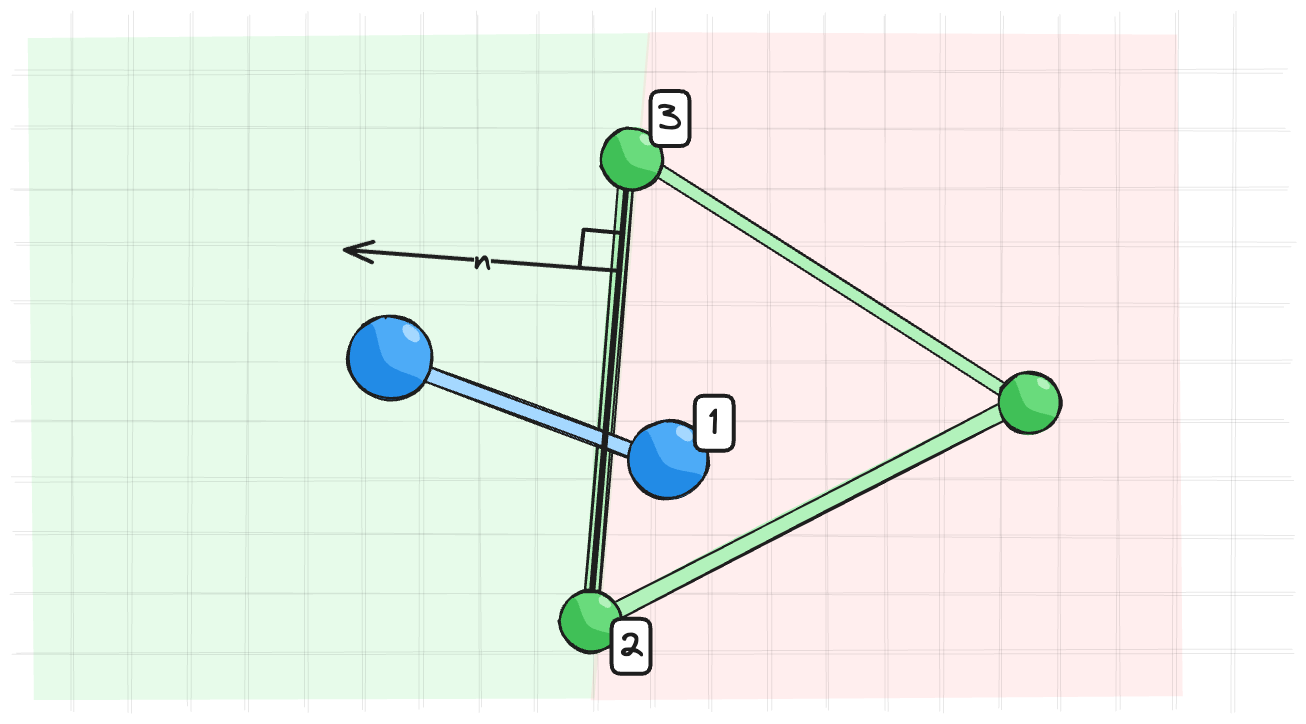
Earlier version of the Excalidraw export assets/images/constraints/pbd/collision_dynamic.excalidraw.png (kozakromch/game_physics_2). Source tidied: one line per element, renumbered; positions are measured from the earlier drawing's top-left corner, leaving out a move shared by most shapes.
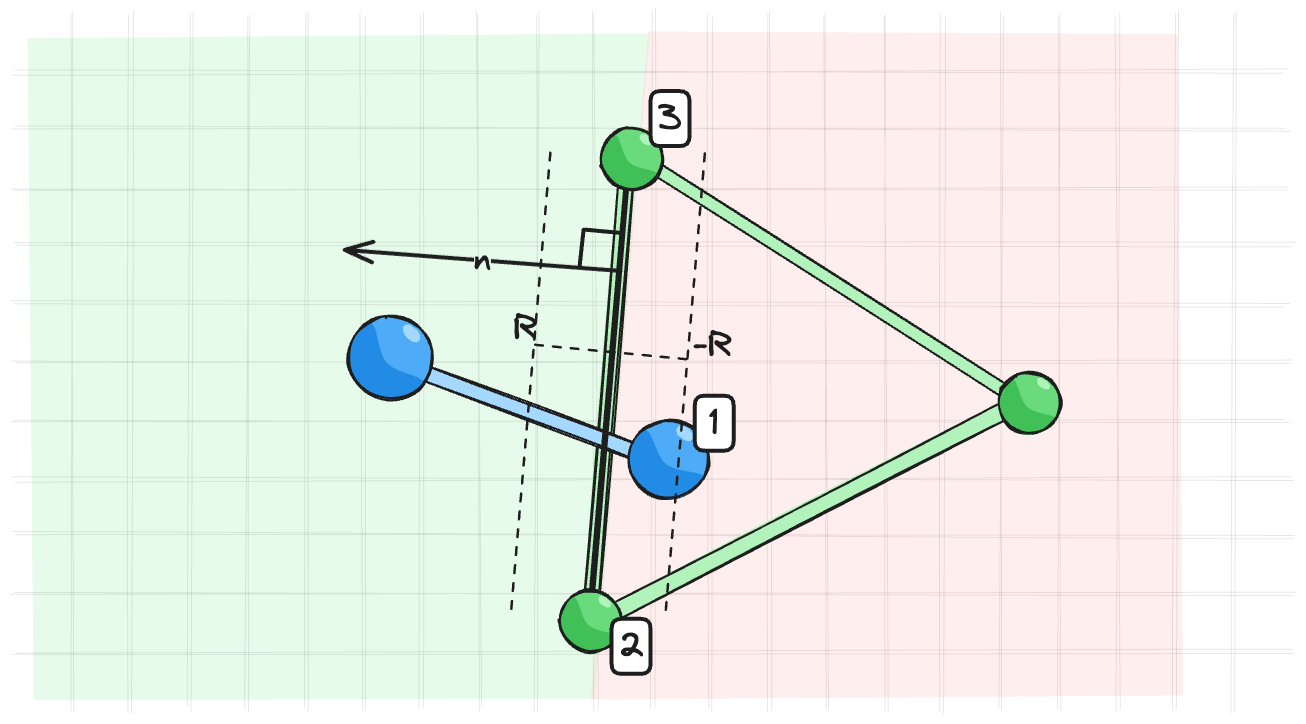
After the commit.

Diff of the diagram source:
```diff
@@ -1,5 +1,5 @@
 {"id": 0, "type": "line", "strokeColor": "transparent", "backgroundColor": "#b2f2bb", "fillStyle": "solid", "strokeWidth": 4, "roughness": 0, "opacity": 30, "x": 926, "y": 1, "width": 622, "height": 667, "points": [[0, 0], [-56, 665], [-616, 667], [-622, 5], [0, 0]]}
-{"id": 1, "type": "line", "strokeColor": "transparent", "backgroundColor": "#ffc9c9", "fillStyle": "solid", "strokeWidth": 4, "roughness": 0, "opacity": 30, "x": 867, "y": 668, "width": 592, "height": 668, "points": [[0, 0], [57, -668], [587, -666], [592, -4], [0, 0]]}
+{"id": 1, "type": "line", "strokeColor": "transparent", "backgroundColor": "#ffc9c9", "fillStyle": "solid", "strokeWidth": 4, "roughness": 0, "opacity": 30, "x": 867, "y": 667, "width": 592, "height": 668, "points": [[0, 0], [57, -668], [587, -666], [592, -4], [0, 0]]}
 {"id": 2, "type": "line", "strokeColor": "#1e1e1e", "strokeWidth": 1, "roughness": 2, "opacity": 10, "round": true, "x": 290, "y": 40, "width": 1272, "height": 0, "points": [[0, 0], [1272, 0]]}
 {"id": 3, "type": "line", "strokeColor": "#1e1e1e", "strokeWidth": 1, "roughness": 2, "opacity": 10, "round": true, "x": 290, "y": 388, "width": 1272, "height": 0, "points": [[0, 0], [1272, 0]]}
 {"id": 4, "type": "line", "strokeColor": "#1e1e1e", "strokeWidth": 1, "roughness": 2, "opacity": 10, "round": true, "x": 290, "y": 98, "width": 1275, "height": 0, "points": [[0, 0], [1275, 0]]}
@@ -34,25 +34,25 @@
 {"id": 33, "type": "line", "strokeColor": "#1e1e1e", "angle": 1.57, "strokeWidth": 1, "roughness": 2, "opacity": 10, "round": true, "x": 987, "y": 330, "width": 696, "height": 0, "points": [[0, 0], [696, 0]]}
 {"id": 34, "type": "rectangle", "strokeColor": "#1e1e1e", "angle": 0.08, "backgroundColor": "#b2f2bb", "fillStyle": "solid", "strokeWidth": 2, "roughness": 1, "round": true, "x": 877, "y": 124, "width": 15, "height": 476}
 {"id": 35, "type": "rectangle", "strokeColor": "#1e1e1e", "angle": 5.07, "backgroundColor": "#a5d8ff", "fillStyle": "solid", "strokeWidth": 2, "roughness": 1, "round": true, "x": 805, "y": 251, "width": 15, "height": 264}
-{"id": 36, "type": "ellipse", "strokeColor": "#1e1e1e", "angle": 4.78, "backgroundColor": "#4dabf7", "fillStyle": "solid", "strokeWidth": 2, "roughness": 1, "x": 905, "y": 388, "width": 79, "height": 79}
+{"id": 36, "type": "ellipse", "strokeColor": "#1e1e1e", "angle": 4.78, "backgroundColor": "#4dabf7", "fillStyle": "solid", "strokeWidth": 2, "roughness": 1, "x": 906, "y": 387, "width": 79, "height": 79}
 {"id": 37, "type": "line", "strokeColor": "transparent", "angle": 6.75, "backgroundColor": "#228be6", "fillStyle": "solid", "strokeWidth": 1, "roughness": 0, "round": true, "x": 935, "y": 464, "width": 78, "height": 54, "points": [[0, 0], [-13, -4], [-23, -11], [-31, -23], [-34, -40], [-26, -54], [4, -33], [39, -39], [44, -34], [39, -20], [32, -9], [18, -2], [0, 0]]}
 {"id": 38, "type": "ellipse", "strokeColor": "#a5d8ff", "angle": 6.92, "backgroundColor": "#a5d8ff", "fillStyle": "solid", "strokeWidth": 1, "roughness": 1, "round": true, "x": 952, "y": 396, "width": 18, "height": 10}
-{"id": 39, "type": "ellipse", "strokeColor": "#1e1e1e", "angle": 6.22, "strokeWidth": 2, "roughness": 1, "round": true, "x": 905, "y": 388, "width": 79, "height": 77}
+{"id": 39, "type": "ellipse", "strokeColor": "#1e1e1e", "angle": 6.22, "strokeWidth": 2, "roughness": 1, "round": true, "x": 906, "y": 388, "width": 79, "height": 77}
 {"id": 40, "type": "rectangle", "strokeColor": "#1e1e1e", "angle": 1.09, "backgroundColor": "#b2f2bb", "fillStyle": "solid", "strokeWidth": 2, "roughness": 1, "round": true, "x": 1074, "y": 242, "width": 18, "height": 476}
 {"id": 41, "type": "line", "strokeColor": "#1e1e1e", "backgroundColor": "#b2f2bb", "fillStyle": "solid", "strokeWidth": 4, "roughness": 1, "round": true, "x": 905, "y": 125, "width": 39, "height": 465, "points": [[0, 0], [-39, 465]]}
-{"id": 42, "type": "ellipse", "strokeColor": "#1e1e1e", "angle": 4.95, "backgroundColor": "#4dabf7", "fillStyle": "solid", "strokeWidth": 2, "roughness": 1, "x": 624, "y": 284, "width": 84, "height": 84}
+{"id": 42, "type": "ellipse", "strokeColor": "#1e1e1e", "angle": 4.95, "backgroundColor": "#4dabf7", "fillStyle": "solid", "strokeWidth": 2, "roughness": 1, "x": 625, "y": 284, "width": 84, "height": 84}
 {"id": 43, "type": "line", "strokeColor": "transparent", "angle": 6.91, "backgroundColor": "#228be6", "fillStyle": "solid", "strokeWidth": 1, "roughness": 0, "round": true, "x": 654, "y": 364, "width": 82, "height": 57, "points": [[0, 0], [-14, -4], [-24, -12], [-33, -25], [-36, -42], [-28, -57], [5, -34], [41, -41], [47, -36], [42, -21], [34, -10], [19, -2], [0, 0]]}
 {"id": 44, "type": "ellipse", "strokeColor": "#a5d8ff", "angle": 7.09, "backgroundColor": "#a5d8ff", "fillStyle": "solid", "strokeWidth": 1, "roughness": 1, "round": true, "x": 678, "y": 296, "width": 19, "height": 11}
-{"id": 45, "type": "ellipse", "strokeColor": "#1e1e1e", "angle": 6.39, "strokeWidth": 2, "roughness": 1, "round": true, "x": 624, "y": 284, "width": 84, "height": 82}
+{"id": 45, "type": "ellipse", "strokeColor": "#1e1e1e", "angle": 6.39, "strokeWidth": 2, "roughness": 1, "round": true, "x": 625, "y": 284, "width": 84, "height": 82}
 {"id": 46, "type": "ellipse", "strokeColor": "#1e1e1e", "angle": 4.84, "backgroundColor": "#69db7c", "fillStyle": "solid", "strokeWidth": 2, "roughness": 1, "x": 836, "y": 558, "width": 62, "height": 62}
-{"id": 47, "type": "line", "strokeColor": "transparent", "angle": 0.53, "backgroundColor": "#40c057", "fillStyle": "solid", "strokeWidth": 1, "roughness": 0, "round": true, "x": 859, "y": 619, "width": 61, "height": 42, "points": [[0, 0], [-10, -3], [-18, -9], [-24, -18], [-26, -31], [-21, -42], [3, -26], [31, -30], [35, -27], [31, -15], [25, -7], [14, -1], [0, 0]]}
+{"id": 47, "type": "line", "strokeColor": "transparent", "angle": 0.53, "backgroundColor": "#40c057", "fillStyle": "solid", "strokeWidth": 1, "roughness": 0, "round": true, "x": 859, "y": 618, "width": 61, "height": 42, "points": [[0, 0], [-10, -3], [-18, -9], [-24, -18], [-26, -31], [-21, -42], [3, -26], [31, -30], [35, -27], [31, -15], [25, -7], [14, -1], [0, 0]]}
 {"id": 48, "type": "ellipse", "strokeColor": "transparent", "angle": 0.7, "backgroundColor": "#b2f2bb", "fillStyle": "solid", "strokeWidth": 1, "roughness": 1, "round": true, "x": 874, "y": 566, "width": 14, "height": 8}
 {"id": 49, "type": "ellipse", "strokeColor": "#1e1e1e", "strokeWidth": 2, "roughness": 1, "round": true, "x": 836, "y": 559, "width": 62, "height": 61}
 {"id": 50, "type": "rectangle", "strokeColor": "#1e1e1e", "angle": 5.28, "backgroundColor": "#b2f2bb", "fillStyle": "solid", "strokeWidth": 2, "roughness": 1, "round": true, "x": 1104, "y": 13, "width": 13, "height": 476}
-{"id": 51, "type": "ellipse", "strokeColor": "#1e1e1e", "angle": 4.84, "backgroundColor": "#69db7c", "fillStyle": "solid", "strokeWidth": 2, "roughness": 1, "x": 877, "y": 96, "width": 62, "height": 62}
+{"id": 51, "type": "ellipse", "strokeColor": "#1e1e1e", "angle": 4.84, "backgroundColor": "#69db7c", "fillStyle": "solid", "strokeWidth": 2, "roughness": 1, "x": 877, "y": 95, "width": 62, "height": 62}
 {"id": 52, "type": "line", "strokeColor": "transparent", "angle": 0.53, "backgroundColor": "#40c057", "fillStyle": "solid", "strokeWidth": 1, "roughness": 0, "round": true, "x": 900, "y": 156, "width": 61, "height": 42, "points": [[0, 0], [-10, -3], [-18, -9], [-24, -18], [-26, -31], [-21, -42], [3, -26], [31, -30], [35, -27], [31, -15], [25, -7], [14, -1], [0, 0]]}
 {"id": 53, "type": "ellipse", "strokeColor": "transparent", "angle": 0.7, "backgroundColor": "#b2f2bb", "fillStyle": "solid", "strokeWidth": 1, "roughness": 1, "round": true, "x": 915, "y": 103, "width": 14, "height": 8}
-{"id": 54, "type": "ellipse", "strokeColor": "#1e1e1e", "strokeWidth": 2, "roughness": 1, "round": true, "x": 877, "y": 97, "width": 62, "height": 61}
+{"id": 54, "type": "ellipse", "strokeColor": "#1e1e1e", "strokeWidth": 2, "roughness": 1, "round": true, "x": 877, "y": 96, "width": 62, "height": 61}
 {"id": 55, "type": "ellipse", "strokeColor": "#1e1e1e", "angle": 4.84, "backgroundColor": "#69db7c", "fillStyle": "solid", "strokeWidth": 2, "roughness": 1, "x": 1275, "y": 340, "width": 62, "height": 62}
 {"id": 56, "type": "line", "strokeColor": "transparent", "angle": 0.53, "backgroundColor": "#40c057", "fillStyle": "solid", "strokeWidth": 1, "roughness": 0, "round": true, "x": 1297, "y": 400, "width": 61, "height": 42, "points": [[0, 0], [-10, -3], [-18, -9], [-24, -18], [-26, -31], [-21, -42], [3, -26], [31, -30], [35, -27], [31, -15], [25, -7], [14, -1], [0, 0]]}
 {"id": 57, "type": "ellipse", "strokeColor": "transparent", "angle": 0.7, "backgroundColor": "#b2f2bb", "fillStyle": "solid", "strokeWidth": 1, "roughness": 1, "round": true, "x": 1312, "y": 347, "width": 14, "height": 8}
@@ -67,3 +67,8 @@
 {"id": 66, "type": "text", "text": "2", "strokeColor": "#1e1e1e", "backgroundColor": "#ffffff", "fillStyle": "solid", "strokeWidth": 4, "roughness": 0, "fontSize": 36, "fontFamily": 1, "textAlign": "center", "verticalAlign": "middle", "inside": 65, "x": 895, "y": 592, "width": 26, "height": 45}
 {"id": 67, "type": "rectangle", "strokeColor": "#1e1e1e", "backgroundColor": "#ffffff", "fillStyle": "solid", "strokeWidth": 4, "roughness": 0, "round": true, "x": 927, "y": 59, "width": 39, "height": 55}
 {"id": 68, "type": "text", "text": "3", "strokeColor": "#1e1e1e", "backgroundColor": "#ffffff", "fillStyle": "solid", "strokeWidth": 4, "roughness": 0, "fontSize": 36, "fontFamily": 1, "textAlign": "center", "verticalAlign": "middle", "inside": 67, "x": 934, "y": 64, "width": 25, "height": 45}
+{"id": 69, "type": "line", "strokeColor": "#1e1e1e", "strokeWidth": 2, "strokeStyle": "dashed", "roughness": 1, "round": true, "x": 811, "y": 312, "width": 153, "height": 16, "points": [[0, 0], [153, 16]]}
+{"id": 70, "type": "text", "text": "-R", "strokeColor": "#1e1e1e", "strokeWidth": 2, "strokeStyle": "dashed", "roughness": 1, "fontSize": 36, "fontFamily": 1, "x": 969, "y": 292, "width": 39, "height": 45}
+{"id": 71, "type": "text", "text": "R", "strokeColor": "#1e1e1e", "strokeWidth": 2, "strokeStyle": "dashed", "roughness": 1, "fontSize": 36, "fontFamily": 1, "x": 790, "y": 275, "width": 24, "height": 45}
+{"id": 72, "type": "line", "strokeColor": "#1e1e1e", "backgroundColor": "#b2f2bb", "fillStyle": "solid", "strokeWidth": 2, "strokeStyle": "dashed", "roughness": 1, "round": true, "x": 826, "y": 121, "width": 39, "height": 465, "points": [[0, 0], [-39, 465]]}
+{"id": 73, "type": "line", "strokeColor": "#1e1e1e", "backgroundColor": "#b2f2bb", "fillStyle": "solid", "strokeWidth": 2, "strokeStyle": "dashed", "roughness": 1, "round": true, "x": 980, "y": 121, "width": 39, "height": 465, "points": [[0, 0], [-39, 465]]}
```
